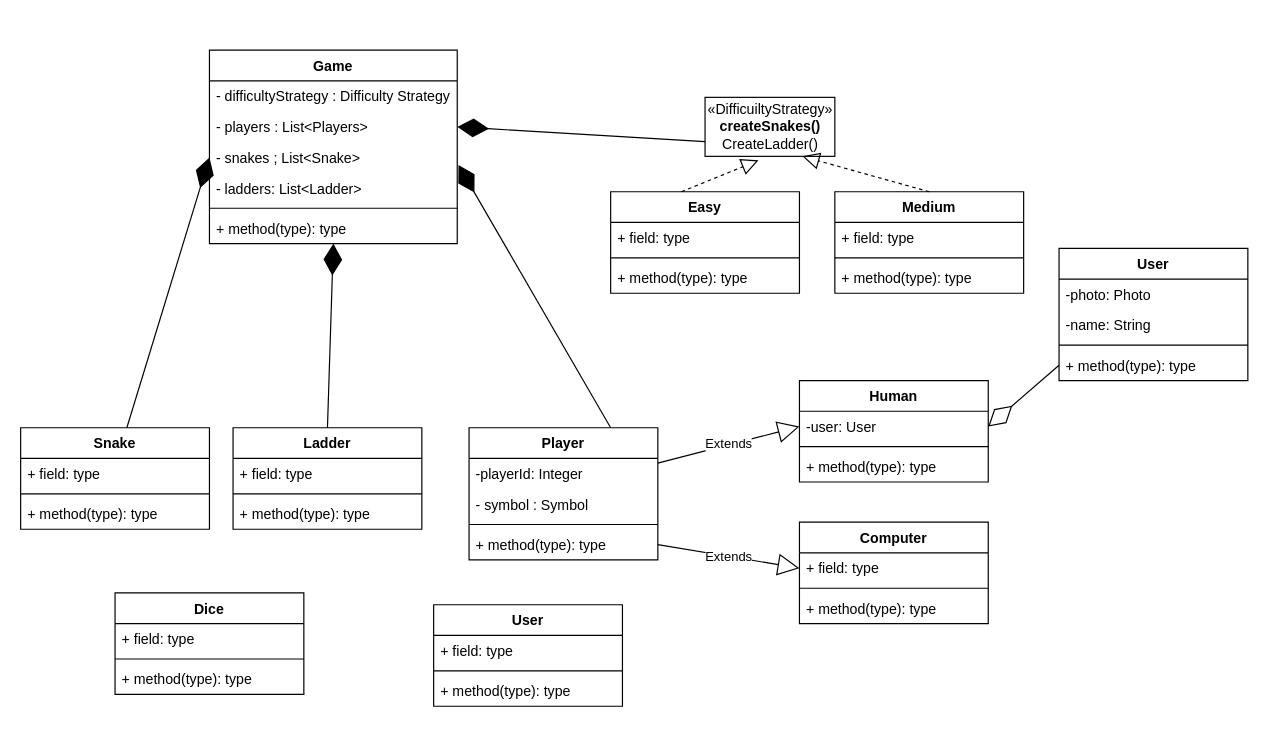
Before: Snake_And_Ladder_Diagram.drawio in aktomer06/Draw.io, a draw.io diagram. Source tidied: cells renumbered, new cells numbered last; positions are measured from the earlier drawing's top-left corner, leaving out a move shared by most shapes. Both pictures are drawn from the tidied source at 118%, with x=0, y=0 at pixel (20, 50).
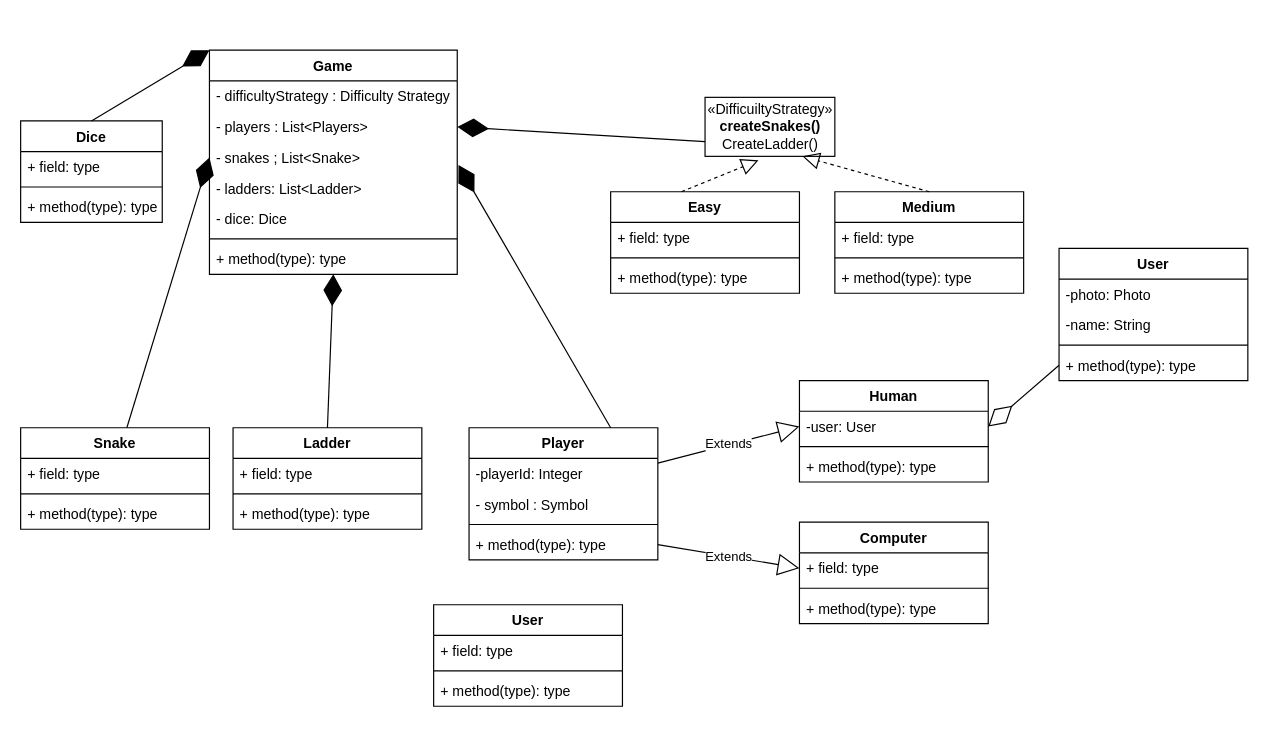
The same page after the edit.

Change to the diagram source:
```diff
@@
     <mxCell id="2" value="Game" style="swimlane;fontStyle=1;align=center;verticalAlign=top;horizontal=1;startSize=26;" parent="1" vertex="1">
-      <mxGeometry x="160" width="210" height="164" as="geometry" />
+      <mxGeometry x="160" width="210" height="190" as="geometry" />
     </mxCell>
@@
+    <mxCell id="61" value="- dice: Dice" style="text;strokeColor=none;fillColor=none;align=left;verticalAlign=top;spacingLeft=4;spacingRight=4;overflow=hidden;" parent="2" vertex="1">
+      <mxGeometry y="130" width="210" height="26" as="geometry" />
+    </mxCell>
     <mxCell id="7" style="line;strokeWidth=1;fillColor=none;align=left;verticalAlign=middle;spacingTop=-1;spacingLeft=3;spacingRight=3;labelPosition=right;" parent="2" vertex="1">
-      <mxGeometry y="130" width="210" height="8" as="geometry" />
+      <mxGeometry y="156" width="210" height="8" as="geometry" />
     </mxCell>
     <mxCell id="8" value="+ method(type): type" style="text;strokeColor=none;fillColor=none;align=left;verticalAlign=top;spacingLeft=4;spacingRight=4;overflow=hidden;" parent="2" vertex="1">
-      <mxGeometry y="138" width="210" height="26" as="geometry" />
+      <mxGeometry y="164" width="210" height="26" as="geometry" />
     </mxCell>
@@
     <mxCell id="22" value="Dice" style="swimlane;fontStyle=1;align=center;verticalAlign=top;horizontal=1;startSize=26;" parent="1" vertex="1">
-      <mxGeometry x="80" y="460" width="160" height="86" as="geometry" />
+      <mxGeometry y="60" width="120" height="86" as="geometry" />
     </mxCell>
     <mxCell id="23" value="+ field: type" style="text;strokeColor=none;fillColor=none;align=left;verticalAlign=top;spacingLeft=4;spacingRight=4;overflow=hidden;" parent="22" vertex="1">
-      <mxGeometry y="26" width="160" height="26" as="geometry" />
+      <mxGeometry y="26" width="120" height="26" as="geometry" />
     </mxCell>
     <mxCell id="24" style="line;strokeWidth=1;fillColor=none;align=left;verticalAlign=middle;spacingTop=-1;spacingLeft=3;spacingRight=3;labelPosition=right;" parent="22" vertex="1">
-      <mxGeometry y="52" width="160" height="8" as="geometry" />
+      <mxGeometry y="52" width="120" height="8" as="geometry" />
     </mxCell>
     <mxCell id="25" value="+ method(type): type" style="text;strokeColor=none;fillColor=none;align=left;verticalAlign=top;spacingLeft=4;spacingRight=4;overflow=hidden;" parent="22" vertex="1">
-      <mxGeometry y="60" width="160" height="26" as="geometry" />
+      <mxGeometry y="60" width="120" height="26" as="geometry" />
     </mxCell>
@@
+    <mxCell id="62" style="endArrow=diamondThin;endFill=1;endSize=24;html=1;rounded=0;entryX=0;entryY=0;entryDx=0;entryDy=0;exitX=0.5;exitY=0;exitDx=0;exitDy=0;" parent="1" edge="1" source="22" target="2">
+      <mxGeometry relative="1" as="geometry" />
+    </mxCell>
```
